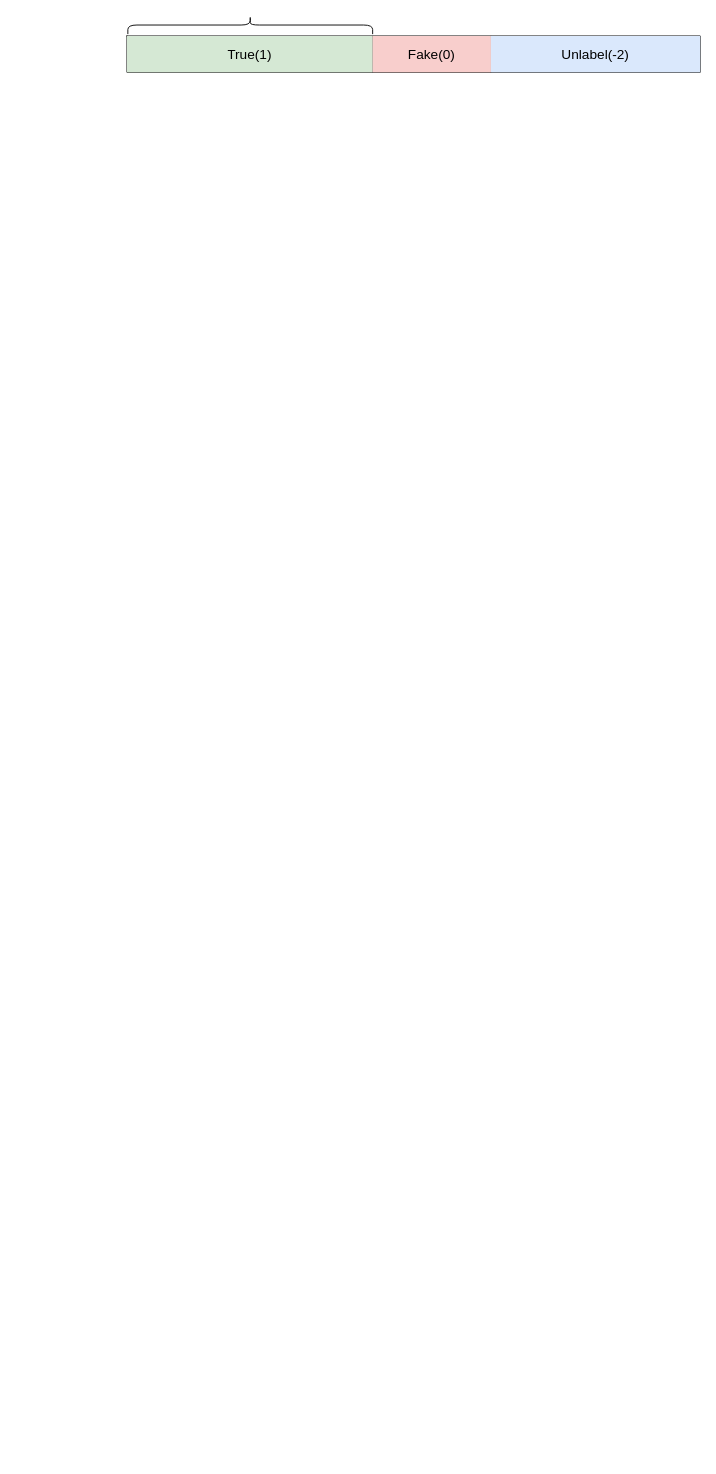
This is 未命名绘图.drawio from zhilonglv/pycharm_test, a draw.io file, before an edit. Source tidied: cells renumbered, new cells numbered last; positions are measured from the earlier drawing's top-left corner, leaving out a move shared by most shapes. Both pictures are drawn from the tidied source at 91%, with x=0, y=0 at pixel (126, -97). Pictures stored in the file or linked from it are replaced by grey dashed boxes.
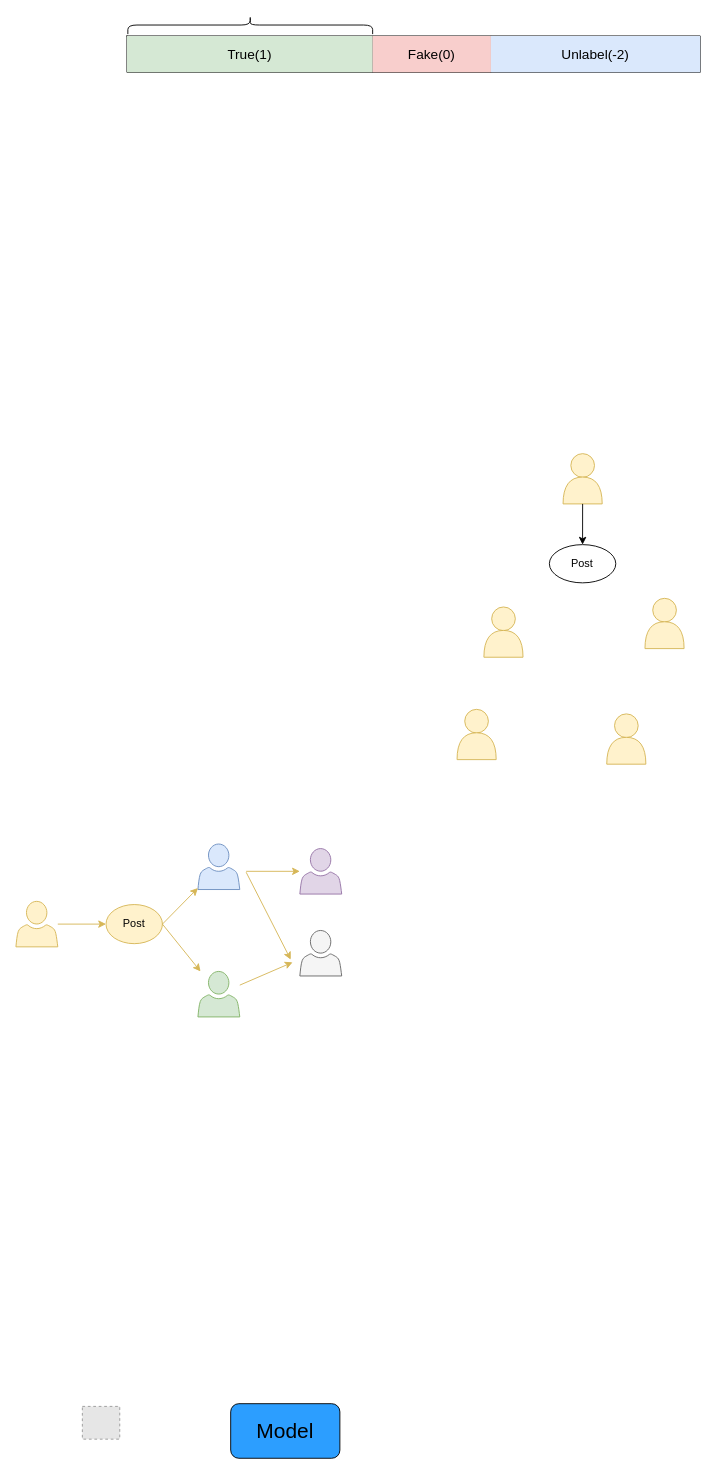
The same page after the edit.

Commit message (it also covers changes not shown here):
更新未命名绘图.drawio

The edit, as a diff of the source:
```diff
@@
+    <mxCell id="8" style="ellipse;whiteSpace=wrap;html=1;fillColor=#fff2cc;strokeColor=#d6b656;" parent="1" vertex="1">
+      <mxGeometry x="487.8" y="605" width="26" height="26" as="geometry" />
+    </mxCell>
+    <mxCell id="9" style="shape=or;whiteSpace=wrap;html=1;rotation=-90;fillColor=#fff2cc;strokeColor=#d6b656;" parent="1" vertex="1">
+      <mxGeometry x="486" y="624" width="29.5" height="43" as="geometry" />
+    </mxCell>
+    <mxCell id="10" style="ellipse;whiteSpace=wrap;html=1;fillColor=#fff2cc;strokeColor=#d6b656;" parent="1" vertex="1">
+      <mxGeometry x="400.8" y="773.5" width="26" height="26" as="geometry" />
+    </mxCell>
+    <mxCell id="11" style="shape=or;whiteSpace=wrap;html=1;rotation=-90;fillColor=#fff2cc;strokeColor=#d6b656;" parent="1" vertex="1">
+      <mxGeometry x="399" y="792.5" width="29.5" height="43" as="geometry" />
+    </mxCell>
+    <mxCell id="12" style="ellipse;whiteSpace=wrap;html=1;fillColor=#fff2cc;strokeColor=#d6b656;" parent="1" vertex="1">
+      <mxGeometry x="577.8" y="764" width="26" height="26" as="geometry" />
+    </mxCell>
+    <mxCell id="13" style="shape=or;whiteSpace=wrap;html=1;rotation=-90;fillColor=#fff2cc;strokeColor=#d6b656;" parent="1" vertex="1">
+      <mxGeometry x="576" y="783" width="29.5" height="43" as="geometry" />
+    </mxCell>
+    <mxCell id="14" value="Post" style="ellipse;whiteSpace=wrap;html=1;" parent="1" vertex="1">
+      <mxGeometry x="464.2" y="705" width="73" height="42" as="geometry" />
+    </mxCell>
+    <mxCell id="15" style="endArrow=classic;html=1;rounded=0;exitX=0;exitY=0.5;exitDx=0;exitDy=0;exitPerimeter=0;entryX=0.5;entryY=0;entryDx=0;entryDy=0;" parent="1" edge="1" source="9" target="14">
+      <mxGeometry relative="1" as="geometry" />
+    </mxCell>
+    <mxCell id="16" style="ellipse;whiteSpace=wrap;html=1;fillColor=#fff2cc;strokeColor=#d6b656;" parent="1" vertex="1">
+      <mxGeometry x="371.2" y="886" width="26" height="26" as="geometry" />
+    </mxCell>
+    <mxCell id="17" style="shape=or;whiteSpace=wrap;html=1;rotation=-90;fillColor=#fff2cc;strokeColor=#d6b656;" parent="1" vertex="1">
+      <mxGeometry x="369.5" y="905" width="29.5" height="43" as="geometry" />
+    </mxCell>
+    <mxCell id="18" style="ellipse;whiteSpace=wrap;html=1;fillColor=#fff2cc;strokeColor=#d6b656;" parent="1" vertex="1">
+      <mxGeometry x="535.8" y="891" width="26" height="26" as="geometry" />
+    </mxCell>
+    <mxCell id="19" style="shape=or;whiteSpace=wrap;html=1;rotation=-90;fillColor=#fff2cc;strokeColor=#d6b656;" parent="1" vertex="1">
+      <mxGeometry x="534" y="910" width="29.5" height="43" as="geometry" />
+    </mxCell>
+    <mxCell id="20" style="sketch=0;shadow=0;dashed=0;html=1;strokeColor=#d6b656;labelPosition=center;verticalLabelPosition=bottom;verticalAlign=top;outlineConnect=0;align=center;shape=mxgraph.office.users.user;fillColor=#fff2cc;" parent="1" vertex="1">
+      <mxGeometry x="-122" y="1097" width="46" height="50" as="geometry" />
+    </mxCell>
+    <mxCell id="21" value="Post" style="ellipse;whiteSpace=wrap;html=1;fillColor=#fff2cc;strokeColor=#d6b656;" parent="1" vertex="1">
+      <mxGeometry x="-23" y="1100.5" width="62" height="43" as="geometry" />
+    </mxCell>
+    <mxCell id="22" style="sketch=0;shadow=0;dashed=0;html=1;strokeColor=#6c8ebf;labelPosition=center;verticalLabelPosition=bottom;verticalAlign=top;outlineConnect=0;align=center;shape=mxgraph.office.users.user;fillColor=#dae8fc;" parent="1" vertex="1">
+      <mxGeometry x="78" y="1034" width="46" height="50" as="geometry" />
+    </mxCell>
+    <mxCell id="23" style="sketch=0;shadow=0;dashed=0;html=1;strokeColor=#666666;labelPosition=center;verticalLabelPosition=bottom;verticalAlign=top;align=center;shape=mxgraph.office.users.user;fillColor=#f5f5f5;fontColor=#333333;" parent="1" vertex="1">
+      <mxGeometry x="190" y="1129" width="46" height="50" as="geometry" />
+    </mxCell>
+    <mxCell id="24" style="sketch=0;shadow=0;dashed=0;html=1;strokeColor=#82b366;labelPosition=center;verticalLabelPosition=bottom;verticalAlign=top;outlineConnect=0;align=center;shape=mxgraph.office.users.user;fillColor=#d5e8d4;" parent="1" vertex="1">
+      <mxGeometry x="78" y="1174" width="46" height="50" as="geometry" />
+    </mxCell>
+    <mxCell id="25" style="sketch=0;shadow=0;dashed=0;html=1;strokeColor=#9673a6;labelPosition=center;verticalLabelPosition=bottom;verticalAlign=top;outlineConnect=0;align=center;shape=mxgraph.office.users.user;fillColor=#e1d5e7;" parent="1" vertex="1">
+      <mxGeometry x="190" y="1039" width="46" height="50" as="geometry" />
+    </mxCell>
+    <mxCell id="26" style="endArrow=classic;html=1;rounded=0;fillColor=#fff2cc;strokeColor=#d6b656;entryX=0;entryY=0.5;entryDx=0;entryDy=0;" parent="1" edge="1" source="20" target="21">
+      <mxGeometry relative="1" as="geometry" />
+    </mxCell>
+    <mxCell id="27" style="endArrow=classic;html=1;rounded=0;fillColor=#fff2cc;strokeColor=#d6b656;exitX=1;exitY=0.5;exitDx=0;exitDy=0;" parent="1" edge="1" source="21" target="22">
+      <mxGeometry relative="1" as="geometry" />
+    </mxCell>
+    <mxCell id="28" style="endArrow=classic;html=1;rounded=0;fillColor=#fff2cc;strokeColor=#d6b656;exitX=1;exitY=0.5;exitDx=0;exitDy=0;" parent="1" edge="1" source="21" target="24">
+      <mxGeometry relative="1" as="geometry" />
+    </mxCell>
+    <mxCell id="29" style="endArrow=classic;html=1;rounded=0;fillColor=#fff2cc;strokeColor=#d6b656;" parent="1" edge="1">
+      <mxGeometry relative="1" as="geometry">
+        <mxPoint x="131" y="1065" as="sourcePoint" />
+        <mxPoint x="180" y="1161" as="targetPoint" />
+      </mxGeometry>
+    </mxCell>
+    <mxCell id="30" style="endArrow=classic;html=1;rounded=0;fillColor=#fff2cc;strokeColor=#d6b656;" parent="1" edge="1" target="25">
+      <mxGeometry relative="1" as="geometry">
+        <mxPoint x="131" y="1064" as="sourcePoint" />
+      </mxGeometry>
+    </mxCell>
+    <mxCell id="31" style="endArrow=classic;html=1;rounded=0;fillColor=#fff2cc;strokeColor=#d6b656;" parent="1" edge="1" source="24">
+      <mxGeometry relative="1" as="geometry">
+        <mxPoint x="182" y="1164" as="targetPoint" />
+      </mxGeometry>
+    </mxCell>
+    <mxCell id="32" style="fillColor=#E6E6E6;strokeColor=#999999;dashed=1;verticalLabelPosition=bottom;labelBackgroundColor=default;verticalAlign=top;" parent="1" vertex="1">
+      <mxGeometry x="-49" y="1652" width="41.1" height="36" as="geometry" />
+    </mxCell>
+    <mxCell id="33" value="Model" style="rounded=1;whiteSpace=wrap;html=1;fontSize=23;fillColor=#2C9EFF;" parent="1" vertex="1">
+      <mxGeometry x="114" y="1649" width="120" height="60" as="geometry" />
+    </mxCell>
```
